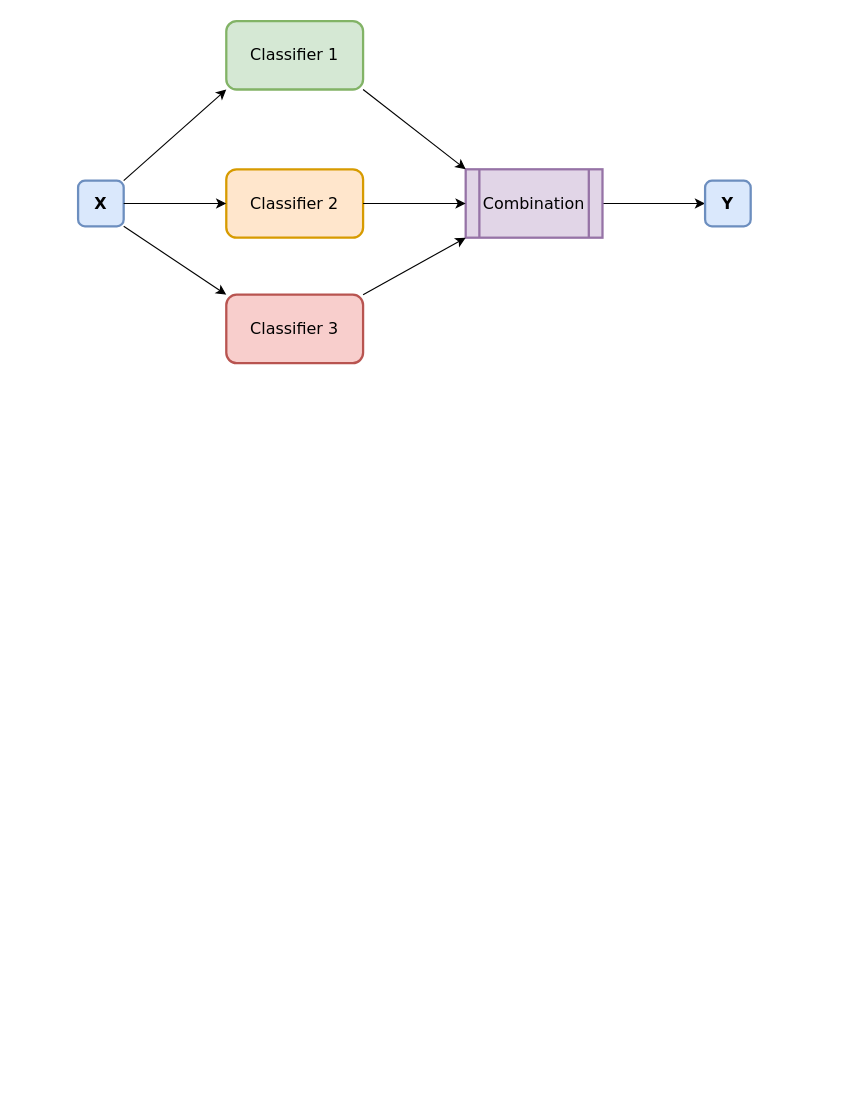
The draw.io diagram Voting Classifier.drawio in ChanumoluGayathri/System_Design, before the edit. Source tidied: cells renumbered, new cells numbered last; positions are measured from the earlier drawing's top-left corner, leaving out a move shared by most shapes. Both pictures are drawn from the tidied source at 114%, with x=0, y=0 at pixel (78, 21).
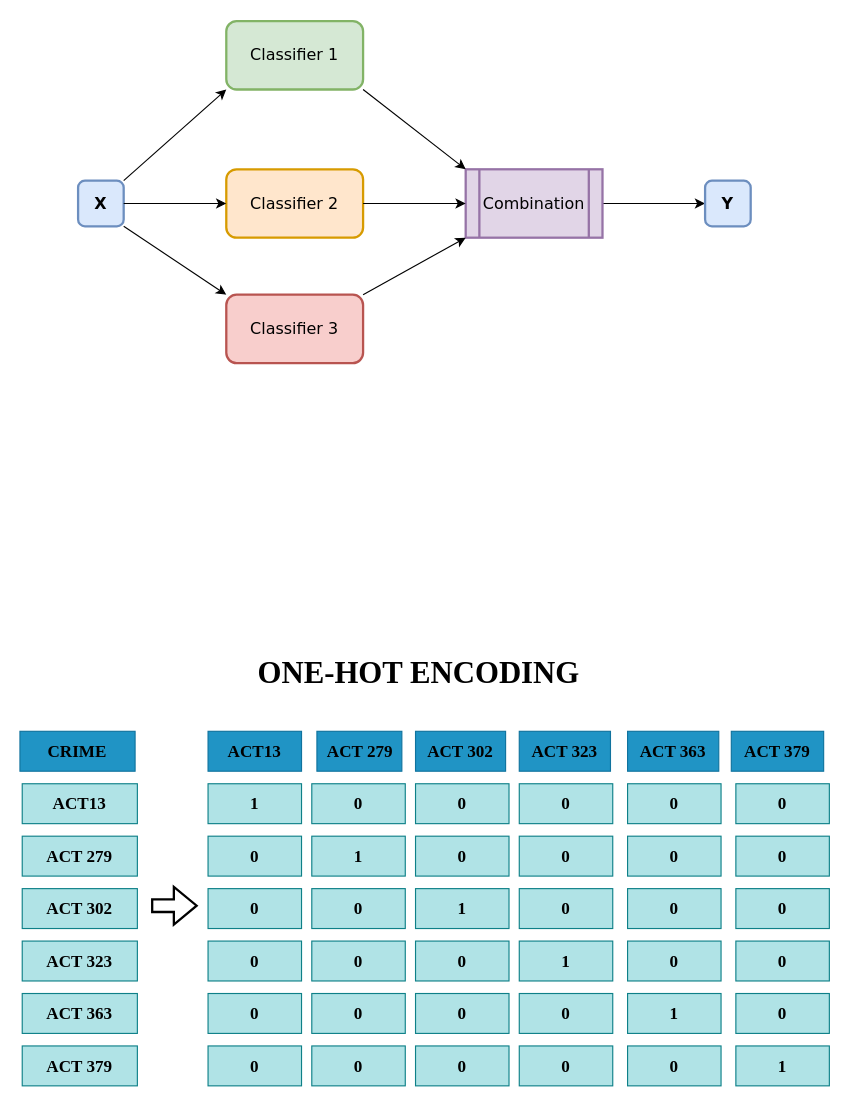
After the change.

What changed in the source:
```diff
@@
+    <mxCell id="15" value="&lt;b&gt;&lt;font style=&quot;font-size: 27px;&quot; face=&quot;Times New Roman&quot;&gt;ONE-HOT ENCODING&lt;/font&gt;&lt;/b&gt;" style="text;html=1;align=center;verticalAlign=middle;whiteSpace=wrap;rounded=0;fontFamily=Architects Daughter;" parent="1" vertex="1">
+      <mxGeometry x="101" y="550" width="396" height="43" as="geometry" />
+    </mxCell>
+    <mxCell id="16" value="&lt;b&gt;&lt;font style=&quot;font-size: 15px;&quot; face=&quot;Times New Roman&quot;&gt;CRIME&lt;/font&gt;&lt;/b&gt;" style="rounded=0;whiteSpace=wrap;html=1;hachureGap=4;fontFamily=Architects Daughter;fillColor=#2094c5;strokeColor=#10739E;" parent="1" vertex="1">
+      <mxGeometry x="-51" y="623" width="101" height="35" as="geometry" />
+    </mxCell>
+    <mxCell id="17" value="&lt;font face=&quot;Times New Roman&quot;&gt;&lt;span style=&quot;font-size: 15px;&quot;&gt;&lt;b&gt;ACT13&lt;/b&gt;&lt;/span&gt;&lt;/font&gt;" style="rounded=0;whiteSpace=wrap;html=1;hachureGap=4;fontFamily=Architects Daughter;fillColor=#b0e3e6;strokeColor=#0e8088;" parent="1" vertex="1">
+      <mxGeometry x="-49" y="669" width="101" height="35" as="geometry" />
+    </mxCell>
+    <mxCell id="18" value="&lt;font face=&quot;Times New Roman&quot;&gt;&lt;span style=&quot;font-size: 15px;&quot;&gt;&lt;b&gt;ACT 279&lt;/b&gt;&lt;/span&gt;&lt;/font&gt;" style="rounded=0;whiteSpace=wrap;html=1;hachureGap=4;fontFamily=Architects Daughter;fillColor=#b0e3e6;strokeColor=#0e8088;" parent="1" vertex="1">
+      <mxGeometry x="-49" y="715" width="101" height="35" as="geometry" />
+    </mxCell>
+    <mxCell id="19" value="&lt;font face=&quot;Times New Roman&quot;&gt;&lt;span style=&quot;font-size: 15px;&quot;&gt;&lt;b&gt;ACT 302&lt;/b&gt;&lt;/span&gt;&lt;/font&gt;" style="rounded=0;whiteSpace=wrap;html=1;hachureGap=4;fontFamily=Architects Daughter;fillColor=#b0e3e6;strokeColor=#0e8088;" parent="1" vertex="1">
+      <mxGeometry x="-49" y="761" width="101" height="35" as="geometry" />
+    </mxCell>
+    <mxCell id="20" value="&lt;b&gt;&lt;font style=&quot;font-size: 15px;&quot; face=&quot;Times New Roman&quot;&gt;ACT 323&lt;/font&gt;&lt;/b&gt;" style="rounded=0;whiteSpace=wrap;html=1;hachureGap=4;fontFamily=Architects Daughter;fillColor=#b0e3e6;strokeColor=#0e8088;" parent="1" vertex="1">
+      <mxGeometry x="-49" y="807" width="101" height="35" as="geometry" />
+    </mxCell>
+    <mxCell id="21" value="&lt;b&gt;&lt;font style=&quot;font-size: 15px;&quot; face=&quot;Times New Roman&quot;&gt;ACT 363&lt;/font&gt;&lt;/b&gt;" style="rounded=0;whiteSpace=wrap;html=1;hachureGap=4;fontFamily=Architects Daughter;fillColor=#b0e3e6;strokeColor=#0e8088;" parent="1" vertex="1">
+      <mxGeometry x="-49" y="853" width="101" height="35" as="geometry" />
+    </mxCell>
+    <mxCell id="22" value="&lt;b&gt;&lt;font style=&quot;font-size: 15px;&quot; face=&quot;Times New Roman&quot;&gt;ACT 379&lt;/font&gt;&lt;/b&gt;" style="rounded=0;whiteSpace=wrap;html=1;hachureGap=4;fontFamily=Architects Daughter;fillColor=#b0e3e6;strokeColor=#0e8088;" parent="1" vertex="1">
+      <mxGeometry x="-49" y="899" width="101" height="35" as="geometry" />
+    </mxCell>
+    <mxCell id="23" value="&lt;font face=&quot;Times New Roman&quot;&gt;&lt;span style=&quot;font-size: 15px;&quot;&gt;&lt;b&gt;ACT13&lt;/b&gt;&lt;/span&gt;&lt;/font&gt;" style="rounded=0;whiteSpace=wrap;html=1;hachureGap=4;fontFamily=Architects Daughter;fillColor=#2094c5;strokeColor=#10739E;" parent="1" vertex="1">
+      <mxGeometry x="114" y="623" width="82" height="35" as="geometry" />
+    </mxCell>
+    <mxCell id="24" value="&lt;font face=&quot;Times New Roman&quot;&gt;&lt;span style=&quot;font-size: 15px;&quot;&gt;&lt;b&gt;ACT 279&lt;/b&gt;&lt;/span&gt;&lt;/font&gt;" style="rounded=0;whiteSpace=wrap;html=1;hachureGap=4;fontFamily=Architects Daughter;fillColor=#2094c5;strokeColor=#10739E;" parent="1" vertex="1">
+      <mxGeometry x="209.5" y="623" width="74.5" height="35" as="geometry" />
+    </mxCell>
+    <mxCell id="25" value="&lt;font face=&quot;Times New Roman&quot;&gt;&lt;span style=&quot;font-size: 15px;&quot;&gt;&lt;b&gt;ACT 302&lt;/b&gt;&lt;/span&gt;&lt;/font&gt;" style="rounded=0;whiteSpace=wrap;html=1;hachureGap=4;fontFamily=Architects Daughter;fillColor=#2094c5;strokeColor=#10739E;" parent="1" vertex="1">
+      <mxGeometry x="296" y="623" width="79" height="35" as="geometry" />
+    </mxCell>
+    <mxCell id="26" value="&lt;b&gt;&lt;font style=&quot;font-size: 15px;&quot; face=&quot;Times New Roman&quot;&gt;ACT 323&lt;/font&gt;&lt;/b&gt;" style="rounded=0;whiteSpace=wrap;html=1;hachureGap=4;fontFamily=Architects Daughter;fillColor=#2094c5;strokeColor=#10739E;" parent="1" vertex="1">
+      <mxGeometry x="387" y="623" width="80" height="35" as="geometry" />
+    </mxCell>
+    <mxCell id="27" value="&lt;b&gt;&lt;font style=&quot;font-size: 15px;&quot; face=&quot;Times New Roman&quot;&gt;ACT 363&lt;/font&gt;&lt;/b&gt;" style="rounded=0;whiteSpace=wrap;html=1;hachureGap=4;fontFamily=Architects Daughter;fillColor=#2094c5;strokeColor=#10739E;" parent="1" vertex="1">
+      <mxGeometry x="482" y="623" width="80" height="35" as="geometry" />
+    </mxCell>
+    <mxCell id="28" value="&lt;b&gt;&lt;font style=&quot;font-size: 15px;&quot; face=&quot;Times New Roman&quot;&gt;ACT 379&lt;/font&gt;&lt;/b&gt;" style="rounded=0;whiteSpace=wrap;html=1;hachureGap=4;fontFamily=Architects Daughter;fillColor=#2094c5;strokeColor=#10739E;" parent="1" vertex="1">
+      <mxGeometry x="573" y="623" width="81" height="35" as="geometry" />
+    </mxCell>
+    <mxCell id="29" value="&lt;font face=&quot;Times New Roman&quot;&gt;&lt;span style=&quot;font-size: 15px;&quot;&gt;&lt;b&gt;1&lt;/b&gt;&lt;/span&gt;&lt;/font&gt;" style="rounded=0;whiteSpace=wrap;html=1;hachureGap=4;fontFamily=Architects Daughter;fillColor=#b0e3e6;strokeColor=#0e8088;" parent="1" vertex="1">
+      <mxGeometry x="114" y="669" width="82" height="35" as="geometry" />
+    </mxCell>
+    <mxCell id="30" value="&lt;font face=&quot;Times New Roman&quot;&gt;&lt;span style=&quot;font-size: 15px;&quot;&gt;&lt;b&gt;0&lt;/b&gt;&lt;/span&gt;&lt;/font&gt;" style="rounded=0;whiteSpace=wrap;html=1;hachureGap=4;fontFamily=Architects Daughter;fillColor=#b0e3e6;strokeColor=#0e8088;" parent="1" vertex="1">
+      <mxGeometry x="114" y="715" width="82" height="35" as="geometry" />
+    </mxCell>
+    <mxCell id="31" value="&lt;font face=&quot;Times New Roman&quot;&gt;&lt;span style=&quot;font-size: 15px;&quot;&gt;&lt;b&gt;0&lt;/b&gt;&lt;/span&gt;&lt;/font&gt;" style="rounded=0;whiteSpace=wrap;html=1;hachureGap=4;fontFamily=Architects Daughter;fillColor=#b0e3e6;strokeColor=#0e8088;" parent="1" vertex="1">
+      <mxGeometry x="114" y="761" width="82" height="35" as="geometry" />
+    </mxCell>
+    <mxCell id="32" value="&lt;font face=&quot;Times New Roman&quot;&gt;&lt;span style=&quot;font-size: 15px;&quot;&gt;&lt;b&gt;0&lt;/b&gt;&lt;/span&gt;&lt;/font&gt;" style="rounded=0;whiteSpace=wrap;html=1;hachureGap=4;fontFamily=Architects Daughter;fillColor=#b0e3e6;strokeColor=#0e8088;" parent="1" vertex="1">
+      <mxGeometry x="114" y="807" width="82" height="35" as="geometry" />
+    </mxCell>
+    <mxCell id="33" value="&lt;font face=&quot;Times New Roman&quot;&gt;&lt;span style=&quot;font-size: 15px;&quot;&gt;&lt;b&gt;0&lt;/b&gt;&lt;/span&gt;&lt;/font&gt;" style="rounded=0;whiteSpace=wrap;html=1;hachureGap=4;fontFamily=Architects Daughter;fillColor=#b0e3e6;strokeColor=#0e8088;" parent="1" vertex="1">
+      <mxGeometry x="114" y="853" width="82" height="35" as="geometry" />
+    </mxCell>
+    <mxCell id="34" value="&lt;font face=&quot;Times New Roman&quot;&gt;&lt;span style=&quot;font-size: 15px;&quot;&gt;&lt;b&gt;0&lt;/b&gt;&lt;/span&gt;&lt;/font&gt;" style="rounded=0;whiteSpace=wrap;html=1;hachureGap=4;fontFamily=Architects Daughter;fillColor=#b0e3e6;strokeColor=#0e8088;" parent="1" vertex="1">
+      <mxGeometry x="114" y="899" width="82" height="35" as="geometry" />
+    </mxCell>
+    <mxCell id="35" value="&lt;font face=&quot;Times New Roman&quot;&gt;&lt;span style=&quot;font-size: 15px;&quot;&gt;&lt;b&gt;0&lt;/b&gt;&lt;/span&gt;&lt;/font&gt;" style="rounded=0;whiteSpace=wrap;html=1;hachureGap=4;fontFamily=Architects Daughter;fillColor=#b0e3e6;strokeColor=#0e8088;" parent="1" vertex="1">
+      <mxGeometry x="205" y="669" width="82" height="35" as="geometry" />
+    </mxCell>
+    <mxCell id="36" value="&lt;font face=&quot;Times New Roman&quot;&gt;&lt;span style=&quot;font-size: 15px;&quot;&gt;&lt;b&gt;1&lt;/b&gt;&lt;/span&gt;&lt;/font&gt;" style="rounded=0;whiteSpace=wrap;html=1;hachureGap=4;fontFamily=Architects Daughter;fillColor=#b0e3e6;strokeColor=#0e8088;" parent="1" vertex="1">
+      <mxGeometry x="205" y="715" width="82" height="35" as="geometry" />
+    </mxCell>
+    <mxCell id="37" value="&lt;font face=&quot;Times New Roman&quot;&gt;&lt;span style=&quot;font-size: 15px;&quot;&gt;&lt;b&gt;0&lt;/b&gt;&lt;/span&gt;&lt;/font&gt;" style="rounded=0;whiteSpace=wrap;html=1;hachureGap=4;fontFamily=Architects Daughter;fillColor=#b0e3e6;strokeColor=#0e8088;" parent="1" vertex="1">
+      <mxGeometry x="205" y="761" width="82" height="35" as="geometry" />
+    </mxCell>
+    <mxCell id="38" value="&lt;font face=&quot;Times New Roman&quot;&gt;&lt;span style=&quot;font-size: 15px;&quot;&gt;&lt;b&gt;0&lt;/b&gt;&lt;/span&gt;&lt;/font&gt;" style="rounded=0;whiteSpace=wrap;html=1;hachureGap=4;fontFamily=Architects Daughter;fillColor=#b0e3e6;strokeColor=#0e8088;" parent="1" vertex="1">
+      <mxGeometry x="205" y="807" width="82" height="35" as="geometry" />
+    </mxCell>
+    <mxCell id="39" value="&lt;font face=&quot;Times New Roman&quot;&gt;&lt;span style=&quot;font-size: 15px;&quot;&gt;&lt;b&gt;0&lt;/b&gt;&lt;/span&gt;&lt;/font&gt;" style="rounded=0;whiteSpace=wrap;html=1;hachureGap=4;fontFamily=Architects Daughter;fillColor=#b0e3e6;strokeColor=#0e8088;" parent="1" vertex="1">
+      <mxGeometry x="205" y="853" width="82" height="35" as="geometry" />
+    </mxCell>
+    <mxCell id="40" value="&lt;font face=&quot;Times New Roman&quot;&gt;&lt;span style=&quot;font-size: 15px;&quot;&gt;&lt;b&gt;0&lt;/b&gt;&lt;/span&gt;&lt;/font&gt;" style="rounded=0;whiteSpace=wrap;html=1;hachureGap=4;fontFamily=Architects Daughter;fillColor=#b0e3e6;strokeColor=#0e8088;" parent="1" vertex="1">
+      <mxGeometry x="205" y="899" width="82" height="35" as="geometry" />
+    </mxCell>
+    <mxCell id="41" value="&lt;font face=&quot;Times New Roman&quot;&gt;&lt;span style=&quot;font-size: 15px;&quot;&gt;&lt;b&gt;0&lt;/b&gt;&lt;/span&gt;&lt;/font&gt;" style="rounded=0;whiteSpace=wrap;html=1;hachureGap=4;fontFamily=Architects Daughter;fillColor=#b0e3e6;strokeColor=#0e8088;" parent="1" vertex="1">
+      <mxGeometry x="296" y="669" width="82" height="35" as="geometry" />
+    </mxCell>
+    <mxCell id="42" value="&lt;font face=&quot;Times New Roman&quot;&gt;&lt;span style=&quot;font-size: 15px;&quot;&gt;&lt;b&gt;0&lt;/b&gt;&lt;/span&gt;&lt;/font&gt;" style="rounded=0;whiteSpace=wrap;html=1;hachureGap=4;fontFamily=Architects Daughter;fillColor=#b0e3e6;strokeColor=#0e8088;" parent="1" vertex="1">
+      <mxGeometry x="296" y="715" width="82" height="35" as="geometry" />
+    </mxCell>
+    <mxCell id="43" value="&lt;font face=&quot;Times New Roman&quot;&gt;&lt;span style=&quot;font-size: 15px;&quot;&gt;&lt;b&gt;1&lt;/b&gt;&lt;/span&gt;&lt;/font&gt;" style="rounded=0;whiteSpace=wrap;html=1;hachureGap=4;fontFamily=Architects Daughter;fillColor=#b0e3e6;strokeColor=#0e8088;" parent="1" vertex="1">
+      <mxGeometry x="296" y="761" width="82" height="35" as="geometry" />
+    </mxCell>
+    <mxCell id="44" value="&lt;font face=&quot;Times New Roman&quot;&gt;&lt;span style=&quot;font-size: 15px;&quot;&gt;&lt;b&gt;0&lt;/b&gt;&lt;/span&gt;&lt;/font&gt;" style="rounded=0;whiteSpace=wrap;html=1;hachureGap=4;fontFamily=Architects Daughter;fillColor=#b0e3e6;strokeColor=#0e8088;" parent="1" vertex="1">
+      <mxGeometry x="296" y="807" width="82" height="35" as="geometry" />
+    </mxCell>
+    <mxCell id="45" value="&lt;font face=&quot;Times New Roman&quot;&gt;&lt;span style=&quot;font-size: 15px;&quot;&gt;&lt;b&gt;0&lt;/b&gt;&lt;/span&gt;&lt;/font&gt;" style="rounded=0;whiteSpace=wrap;html=1;hachureGap=4;fontFamily=Architects Daughter;fillColor=#b0e3e6;strokeColor=#0e8088;" parent="1" vertex="1">
+      <mxGeometry x="296" y="853" width="82" height="35" as="geometry" />
+    </mxCell>
+    <mxCell id="46" value="&lt;font face=&quot;Times New Roman&quot;&gt;&lt;span style=&quot;font-size: 15px;&quot;&gt;&lt;b&gt;0&lt;/b&gt;&lt;/span&gt;&lt;/font&gt;" style="rounded=0;whiteSpace=wrap;html=1;hachureGap=4;fontFamily=Architects Daughter;fillColor=#b0e3e6;strokeColor=#0e8088;" parent="1" vertex="1">
+      <mxGeometry x="296" y="899" width="82" height="35" as="geometry" />
+    </mxCell>
+    <mxCell id="47" value="&lt;font face=&quot;Times New Roman&quot;&gt;&lt;span style=&quot;font-size: 15px;&quot;&gt;&lt;b&gt;0&lt;/b&gt;&lt;/span&gt;&lt;/font&gt;" style="rounded=0;whiteSpace=wrap;html=1;hachureGap=4;fontFamily=Architects Daughter;fillColor=#b0e3e6;strokeColor=#0e8088;" parent="1" vertex="1">
+      <mxGeometry x="387" y="669" width="82" height="35" as="geometry" />
+    </mxCell>
+    <mxCell id="48" value="&lt;font face=&quot;Times New Roman&quot;&gt;&lt;span style=&quot;font-size: 15px;&quot;&gt;&lt;b&gt;0&lt;/b&gt;&lt;/span&gt;&lt;/font&gt;" style="rounded=0;whiteSpace=wrap;html=1;hachureGap=4;fontFamily=Architects Daughter;fillColor=#b0e3e6;strokeColor=#0e8088;" parent="1" vertex="1">
+      <mxGeometry x="387" y="715" width="82" height="35" as="geometry" />
+    </mxCell>
+    <mxCell id="49" value="&lt;font face=&quot;Times New Roman&quot;&gt;&lt;span style=&quot;font-size: 15px;&quot;&gt;&lt;b&gt;0&lt;/b&gt;&lt;/span&gt;&lt;/font&gt;" style="rounded=0;whiteSpace=wrap;html=1;hachureGap=4;fontFamily=Architects Daughter;fillColor=#b0e3e6;strokeColor=#0e8088;" parent="1" vertex="1">
+      <mxGeometry x="387" y="761" width="82" height="35" as="geometry" />
+    </mxCell>
+    <mxCell id="50" value="&lt;font face=&quot;Times New Roman&quot;&gt;&lt;span style=&quot;font-size: 15px;&quot;&gt;&lt;b&gt;1&lt;/b&gt;&lt;/span&gt;&lt;/font&gt;" style="rounded=0;whiteSpace=wrap;html=1;hachureGap=4;fontFamily=Architects Daughter;fillColor=#b0e3e6;strokeColor=#0e8088;" parent="1" vertex="1">
+      <mxGeometry x="387" y="807" width="82" height="35" as="geometry" />
+    </mxCell>
+    <mxCell id="51" value="&lt;font face=&quot;Times New Roman&quot;&gt;&lt;span style=&quot;font-size: 15px;&quot;&gt;&lt;b&gt;0&lt;/b&gt;&lt;/span&gt;&lt;/font&gt;" style="rounded=0;whiteSpace=wrap;html=1;hachureGap=4;fontFamily=Architects Daughter;fillColor=#b0e3e6;strokeColor=#0e8088;" parent="1" vertex="1">
+      <mxGeometry x="387" y="853" width="82" height="35" as="geometry" />
+    </mxCell>
+    <mxCell id="52" value="&lt;font face=&quot;Times New Roman&quot;&gt;&lt;span style=&quot;font-size: 15px;&quot;&gt;&lt;b&gt;0&lt;/b&gt;&lt;/span&gt;&lt;/font&gt;" style="rounded=0;whiteSpace=wrap;html=1;hachureGap=4;fontFamily=Architects Daughter;fillColor=#b0e3e6;strokeColor=#0e8088;" parent="1" vertex="1">
+      <mxGeometry x="387" y="899" width="82" height="35" as="geometry" />
+    </mxCell>
+    <mxCell id="53" value="&lt;font face=&quot;Times New Roman&quot;&gt;&lt;span style=&quot;font-size: 15px;&quot;&gt;&lt;b&gt;0&lt;/b&gt;&lt;/span&gt;&lt;/font&gt;" style="rounded=0;whiteSpace=wrap;html=1;hachureGap=4;fontFamily=Architects Daughter;fillColor=#b0e3e6;strokeColor=#0e8088;" parent="1" vertex="1">
+      <mxGeometry x="482" y="669" width="82" height="35" as="geometry" />
+    </mxCell>
+    <mxCell id="54" value="&lt;font face=&quot;Times New Roman&quot;&gt;&lt;span style=&quot;font-size: 15px;&quot;&gt;&lt;b&gt;0&lt;/b&gt;&lt;/span&gt;&lt;/font&gt;" style="rounded=0;whiteSpace=wrap;html=1;hachureGap=4;fontFamily=Architects Daughter;fillColor=#b0e3e6;strokeColor=#0e8088;" parent="1" vertex="1">
+      <mxGeometry x="482" y="715" width="82" height="35" as="geometry" />
+    </mxCell>
+    <mxCell id="55" value="&lt;font face=&quot;Times New Roman&quot;&gt;&lt;span style=&quot;font-size: 15px;&quot;&gt;&lt;b&gt;0&lt;/b&gt;&lt;/span&gt;&lt;/font&gt;" style="rounded=0;whiteSpace=wrap;html=1;hachureGap=4;fontFamily=Architects Daughter;fillColor=#b0e3e6;strokeColor=#0e8088;" parent="1" vertex="1">
+      <mxGeometry x="482" y="761" width="82" height="35" as="geometry" />
+    </mxCell>
+    <mxCell id="56" value="&lt;font face=&quot;Times New Roman&quot;&gt;&lt;span style=&quot;font-size: 15px;&quot;&gt;&lt;b&gt;0&lt;/b&gt;&lt;/span&gt;&lt;/font&gt;" style="rounded=0;whiteSpace=wrap;html=1;hachureGap=4;fontFamily=Architects Daughter;fillColor=#b0e3e6;strokeColor=#0e8088;" parent="1" vertex="1">
+      <mxGeometry x="482" y="807" width="82" height="35" as="geometry" />
+    </mxCell>
+    <mxCell id="57" value="&lt;font face=&quot;Times New Roman&quot;&gt;&lt;span style=&quot;font-size: 15px;&quot;&gt;&lt;b&gt;1&lt;/b&gt;&lt;/span&gt;&lt;/font&gt;" style="rounded=0;whiteSpace=wrap;html=1;hachureGap=4;fontFamily=Architects Daughter;fillColor=#b0e3e6;strokeColor=#0e8088;" parent="1" vertex="1">
+      <mxGeometry x="482" y="853" width="82" height="35" as="geometry" />
+    </mxCell>
+    <mxCell id="58" value="&lt;font face=&quot;Times New Roman&quot;&gt;&lt;span style=&quot;font-size: 15px;&quot;&gt;&lt;b&gt;0&lt;/b&gt;&lt;/span&gt;&lt;/font&gt;" style="rounded=0;whiteSpace=wrap;html=1;hachureGap=4;fontFamily=Architects Daughter;fillColor=#b0e3e6;strokeColor=#0e8088;" parent="1" vertex="1">
+      <mxGeometry x="482" y="899" width="82" height="35" as="geometry" />
+    </mxCell>
+    <mxCell id="59" value="&lt;font face=&quot;Times New Roman&quot;&gt;&lt;span style=&quot;font-size: 15px;&quot;&gt;&lt;b&gt;0&lt;/b&gt;&lt;/span&gt;&lt;/font&gt;" style="rounded=0;whiteSpace=wrap;html=1;hachureGap=4;fontFamily=Architects Daughter;fillColor=#b0e3e6;strokeColor=#0e8088;" parent="1" vertex="1">
+      <mxGeometry x="577" y="669" width="82" height="35" as="geometry" />
+    </mxCell>
+    <mxCell id="60" value="&lt;font face=&quot;Times New Roman&quot;&gt;&lt;span style=&quot;font-size: 15px;&quot;&gt;&lt;b&gt;0&lt;/b&gt;&lt;/span&gt;&lt;/font&gt;" style="rounded=0;whiteSpace=wrap;html=1;hachureGap=4;fontFamily=Architects Daughter;fillColor=#b0e3e6;strokeColor=#0e8088;" parent="1" vertex="1">
+      <mxGeometry x="577" y="715" width="82" height="35" as="geometry" />
+    </mxCell>
+    <mxCell id="61" value="&lt;font face=&quot;Times New Roman&quot;&gt;&lt;span style=&quot;font-size: 15px;&quot;&gt;&lt;b&gt;0&lt;/b&gt;&lt;/span&gt;&lt;/font&gt;" style="rounded=0;whiteSpace=wrap;html=1;hachureGap=4;fontFamily=Architects Daughter;fillColor=#b0e3e6;strokeColor=#0e8088;" parent="1" vertex="1">
+      <mxGeometry x="577" y="761" width="82" height="35" as="geometry" />
+    </mxCell>
+    <mxCell id="62" value="&lt;font face=&quot;Times New Roman&quot;&gt;&lt;span style=&quot;font-size: 15px;&quot;&gt;&lt;b&gt;0&lt;/b&gt;&lt;/span&gt;&lt;/font&gt;" style="rounded=0;whiteSpace=wrap;html=1;hachureGap=4;fontFamily=Architects Daughter;fillColor=#b0e3e6;strokeColor=#0e8088;" parent="1" vertex="1">
+      <mxGeometry x="577" y="807" width="82" height="35" as="geometry" />
+    </mxCell>
+    <mxCell id="63" value="&lt;font face=&quot;Times New Roman&quot;&gt;&lt;span style=&quot;font-size: 15px;&quot;&gt;&lt;b&gt;0&lt;/b&gt;&lt;/span&gt;&lt;/font&gt;" style="rounded=0;whiteSpace=wrap;html=1;hachureGap=4;fontFamily=Architects Daughter;fillColor=#b0e3e6;strokeColor=#0e8088;" parent="1" vertex="1">
+      <mxGeometry x="577" y="853" width="82" height="35" as="geometry" />
+    </mxCell>
+    <mxCell id="64" value="&lt;font face=&quot;Times New Roman&quot;&gt;&lt;span style=&quot;font-size: 15px;&quot;&gt;&lt;b&gt;1&lt;/b&gt;&lt;/span&gt;&lt;/font&gt;" style="rounded=0;whiteSpace=wrap;html=1;hachureGap=4;fontFamily=Architects Daughter;fillColor=#b0e3e6;strokeColor=#0e8088;" parent="1" vertex="1">
+      <mxGeometry x="577" y="899" width="82" height="35" as="geometry" />
+    </mxCell>
+    <mxCell id="65" style="shape=flexArrow;endArrow=classic;html=1;rounded=0;hachureGap=4;fontFamily=Architects Daughter;strokeWidth=2;" parent="1" edge="1">
+      <mxGeometry relative="1" as="geometry">
+        <mxPoint x="64" y="776" as="sourcePoint" />
+        <mxPoint x="105" y="776" as="targetPoint" />
+      </mxGeometry>
+    </mxCell>
```
